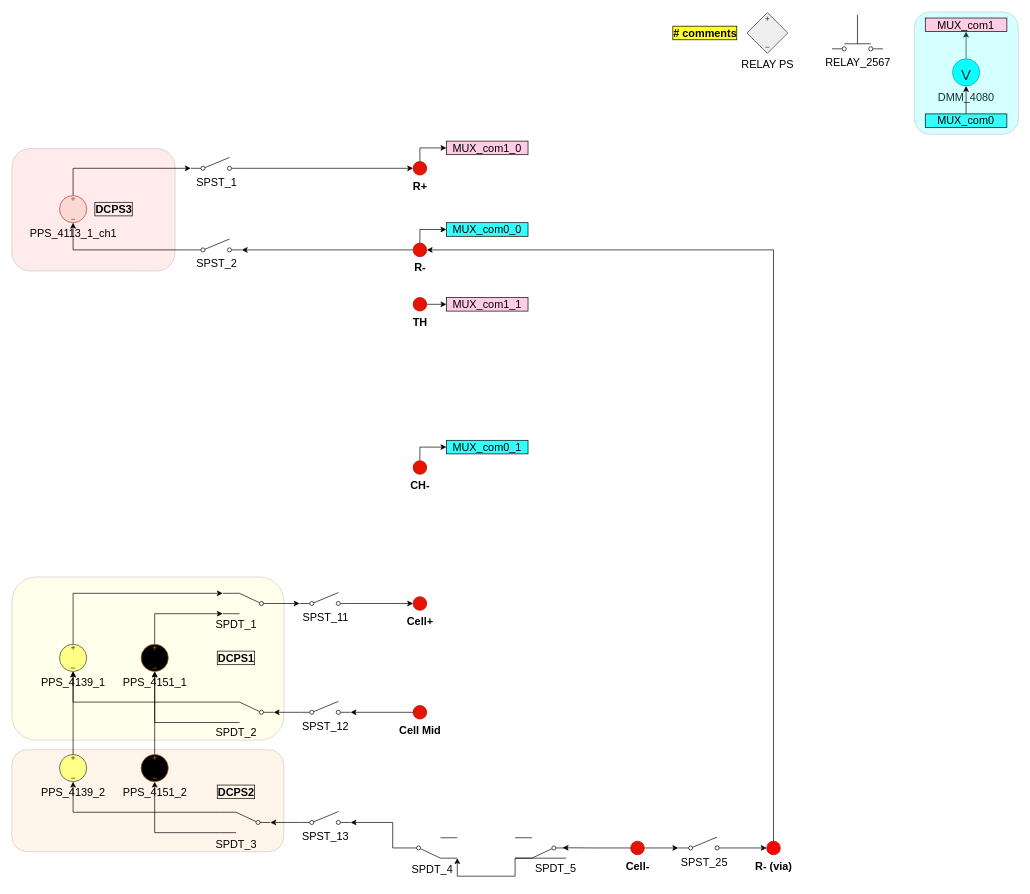
Above: BMS_device_B_6p1.drawio in ktlim-xy/draw-io (draw.io), before the change. Source tidied: cells renumbered, new cells numbered last; positions are measured from the earlier drawing's top-left corner, leaving out a move shared by most shapes. Both pictures are drawn from the tidied source at 68%, with x=0, y=0 at pixel (12, 12).
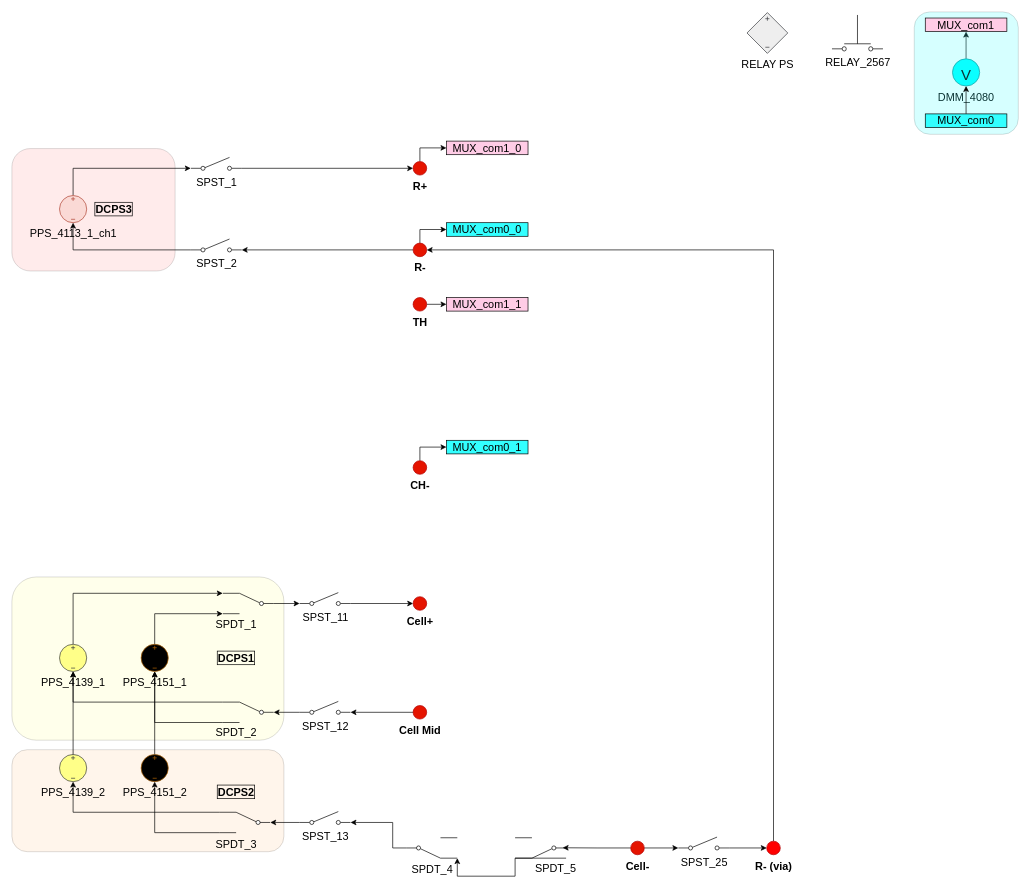
Above is the later version.

The edit, as a diff of the source:
```diff
@@
-    <mxCell id="65" value="# comments" style="text;html=1;whiteSpace=wrap;strokeColor=none;fillColor=none;align=left;verticalAlign=middle;rounded=0;fontStyle=1;fontColor=#000000;fontSize=16;labelBorderColor=default;labelBackgroundColor=#FFFF33;" parent="1" vertex="1">
-      <mxGeometry x="970" y="16" width="340" height="30" as="geometry" />
-    </mxCell>
```
